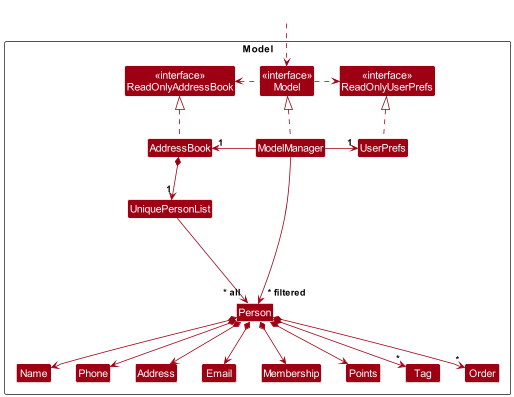
Above: docs/images/ModelClassDiagram.png in kokerinks/tp (PlantUML), before the change.
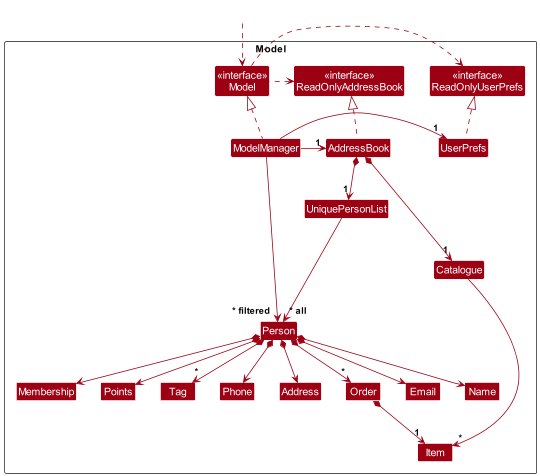
The same diagram one commit later.

What changed in the source:
```diff
@@ -13,6 +13,7 @@
 Class UserPrefs
 
 Class UniquePersonList
+Class Catalogue
 Class Person
 Class Address
 Class Email
@@ -22,6 +23,7 @@
 Class Points
 Class Tag
 Class Order
+Class Item
 
 Class I #FFFFFF
 }
@@ -38,8 +40,11 @@
 ModelManager -right-> "1" UserPrefs
 UserPrefs .up.|> ReadOnlyUserPrefs
 
+AddressBook *--> "1" Catalogue
 AddressBook *--> "1" UniquePersonList
 UniquePersonList --> "~* all" Person
+Catalogue --> "*" Item
+
 Person *--> Name
 Person *--> Phone
 Person *--> Email
@@ -48,6 +53,8 @@
 Person *--> Points
 Person *--> "*" Tag
 Person *--> "*" Order
+
+Order *--> "1" Item
 
 Person -[hidden]up--> I
 UniquePersonList -[hidden]right-> I
```
